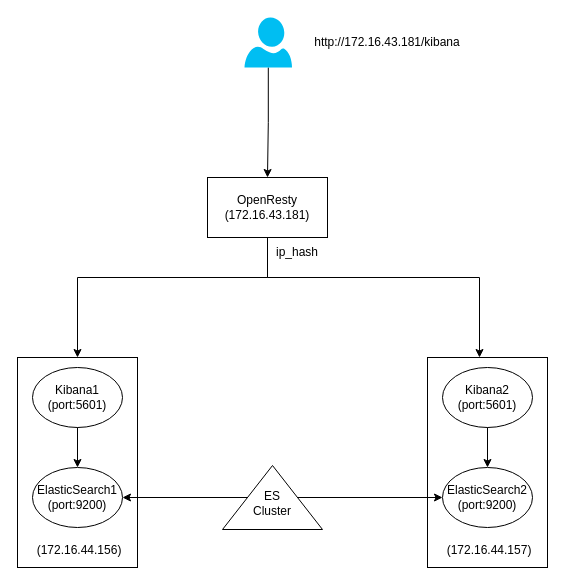
Above: drawio/elk_deploy.drawio in happinessandlove/Pic (draw.io), before the change. Source tidied: cells renumbered, new cells numbered last; positions are measured from the earlier drawing's top-left corner, leaving out a move shared by most shapes. Both pictures are drawn from the tidied source at 100%, with x=0, y=0 at pixel (17, 17).
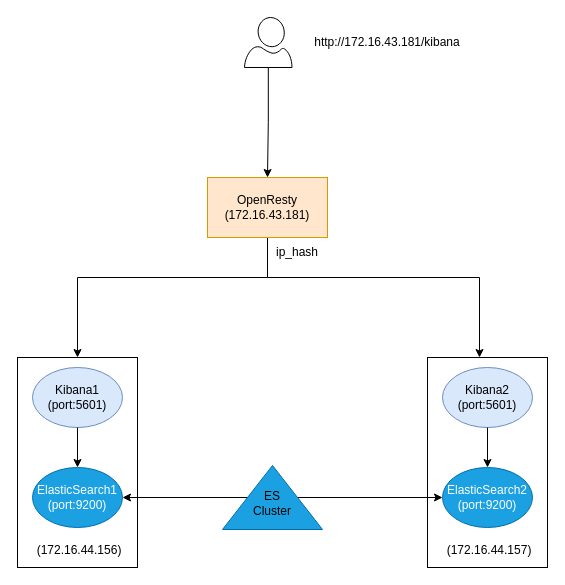
The same diagram, later.

Unchanged cells that the change refers to:
```xml
<mxCell id="9" style="group;" parent="1" vertex="1">
  <mxGeometry y="340" width="120" height="210" as="geometry" />
</mxCell>
<mxCell id="15" style="group;" parent="1" vertex="1">
  <mxGeometry x="410" y="340" width="120" height="210" as="geometry" />
</mxCell>
```

The edit, as a diff of the source:
```diff
@@
-    <mxCell id="4" value="OpenResty&lt;br&gt;(172.16.43.181)" style="rounded=0;whiteSpace=wrap;html=1;" parent="1" vertex="1">
+    <mxCell id="4" value="OpenResty&lt;br&gt;(172.16.43.181)" style="rounded=0;whiteSpace=wrap;html=1;fillColor=#ffe6cc;strokeColor=#d79b00;" parent="1" vertex="1">
       <mxGeometry x="190" y="160" width="120" height="60" as="geometry" />
     </mxCell>
@@
-    <mxCell id="6" style="verticalLabelPosition=bottom;html=1;verticalAlign=top;align=center;strokeColor=none;fillColor=#00BEF2;shape=mxgraph.azure.user;" parent="1" vertex="1">
+    <mxCell id="6" style="verticalLabelPosition=bottom;html=1;verticalAlign=top;align=center;shape=mxgraph.azure.user;" parent="1" vertex="1">
       <mxGeometry x="227" width="47.5" height="50" as="geometry" />
     </mxCell>
@@
-    <mxCell id="11" value="Kibana1&lt;br&gt;(port:5601)" style="ellipse;whiteSpace=wrap;html=1;" parent="9" vertex="1">
+    <mxCell id="11" value="Kibana1&lt;br&gt;(port:5601)" style="ellipse;whiteSpace=wrap;html=1;fillColor=#dae8fc;strokeColor=#6c8ebf;" parent="9" vertex="1">
       <mxGeometry x="15" y="10" width="90" height="60" as="geometry" />
     </mxCell>
-    <mxCell id="12" value="ElasticSearch1&lt;br&gt;(port:9200)" style="ellipse;whiteSpace=wrap;html=1;" parent="9" vertex="1">
+    <mxCell id="12" value="ElasticSearch1&lt;br&gt;(port:9200)" style="ellipse;whiteSpace=wrap;html=1;fillColor=#1ba1e2;fontColor=#ffffff;strokeColor=#006EAF;" parent="9" vertex="1">
       <mxGeometry x="15" y="110" width="90" height="60" as="geometry" />
     </mxCell>
@@
-    <mxCell id="17" value="Kibana2&lt;br&gt;(port:5601)" style="ellipse;whiteSpace=wrap;html=1;" parent="15" vertex="1">
+    <mxCell id="17" value="Kibana2&lt;br&gt;(port:5601)" style="ellipse;whiteSpace=wrap;html=1;fillColor=#dae8fc;strokeColor=#6c8ebf;" parent="15" vertex="1">
       <mxGeometry x="15" y="10" width="90" height="60" as="geometry" />
     </mxCell>
-    <mxCell id="18" value="ElasticSearch2&lt;br&gt;(port:9200)" style="ellipse;whiteSpace=wrap;html=1;" parent="15" vertex="1">
+    <mxCell id="18" value="ElasticSearch2&lt;br&gt;(port:9200)" style="ellipse;whiteSpace=wrap;html=1;fillColor=#1ba1e2;fontColor=#ffffff;strokeColor=#006EAF;" parent="15" vertex="1">
       <mxGeometry x="15" y="110" width="90" height="60" as="geometry" />
     </mxCell>
@@
-    <mxCell id="23" style="triangle;whiteSpace=wrap;html=1;rotation=-90;" parent="1" vertex="1">
+    <mxCell id="23" style="triangle;whiteSpace=wrap;html=1;rotation=-90;fillColor=#1ba1e2;fontColor=#ffffff;strokeColor=#006EAF;" parent="1" vertex="1">
       <mxGeometry x="223" y="430" width="64" height="100" as="geometry" />
     </mxCell>
```
